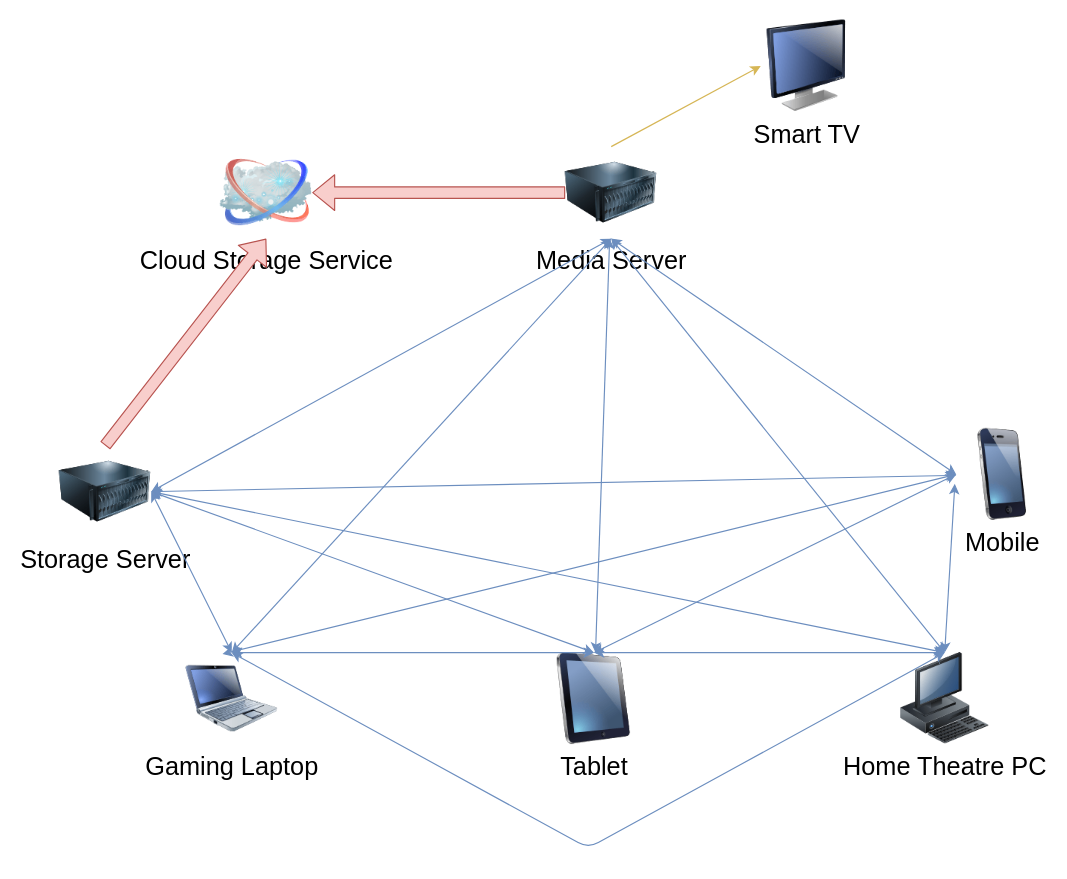
Before: Logical Layout.drawio in syedrali/architecture, a draw.io diagram. Source tidied: cells renumbered, new cells numbered last; positions are measured from the earlier drawing's top-left corner, leaving out a move shared by most shapes. Both pictures are drawn from the tidied source at 115%, with x=0, y=0 at pixel (59, 20).
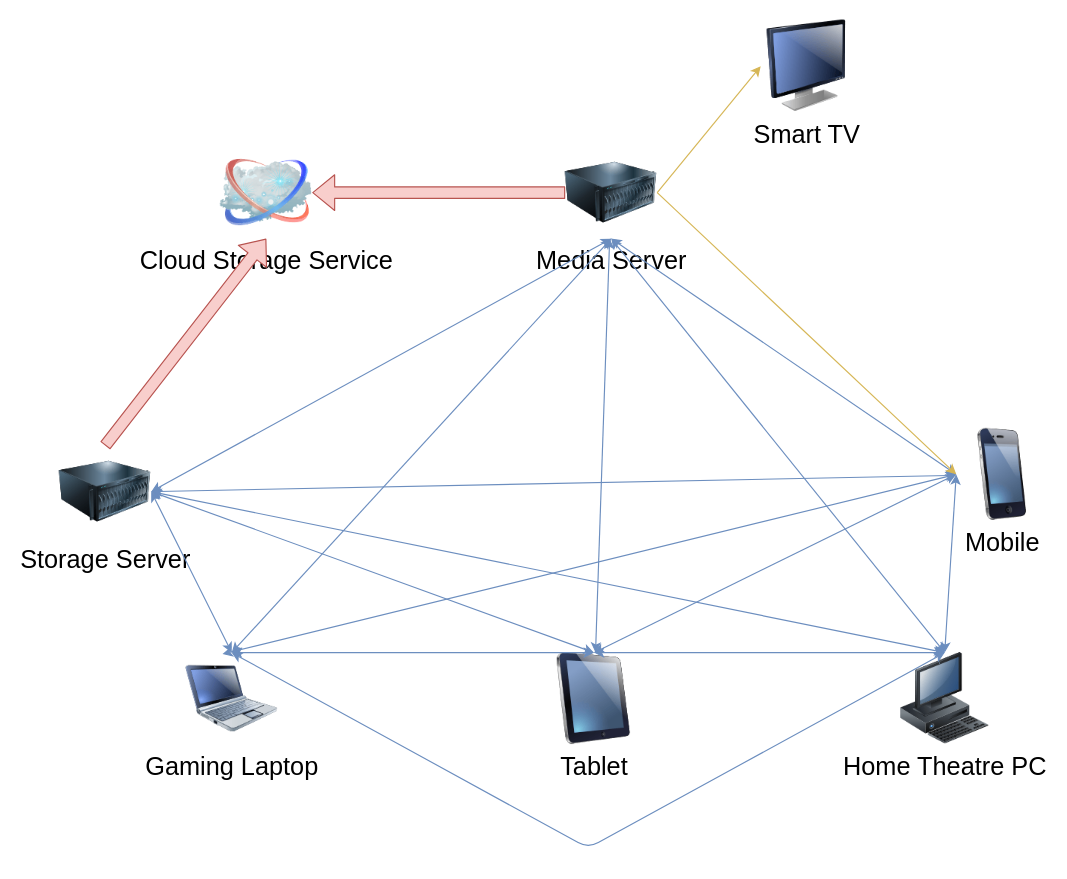
After the change.

Commit message (it also covers changes not shown here):
Updated logical layout diagram to be clearer.

The change refers to these unchanged cells:
```xml
<mxCell id="4" value="Home Theatre PC" style="image;html=1;labelBackgroundColor=#ffffff;image=img/lib/clip_art/computers/Workstation_128x128.png;rounded=1;shadow=0;comic=0;strokeColor=#000000;strokeWidth=2;fillColor=#FFFFFF;fontSize=22;fontColor=#000000;" parent="1" vertex="1">
  <mxGeometry x="730" y="550" width="80" height="80" as="geometry" />
</mxCell>
<mxCell id="5" value="Mobile" style="image;html=1;labelBackgroundColor=#ffffff;image=img/lib/clip_art/telecommunication/iPhone_128x128.png;rounded=1;shadow=0;comic=0;strokeColor=#000000;strokeWidth=2;fillColor=#FFFFFF;fontSize=22;fontColor=#000000;" parent="1" vertex="1">
  <mxGeometry x="780" y="355" width="80" height="80" as="geometry" />
</mxCell>
<mxCell id="8" value="Media Server" style="image;html=1;labelBackgroundColor=#ffffff;image=img/lib/clip_art/computers/Server_128x128.png;fontSize=22;" parent="1" vertex="1">
  <mxGeometry x="440" y="110" width="80" height="80" as="geometry" />
</mxCell>
<mxCell id="10" value="Smart TV" style="image;html=1;labelBackgroundColor=#ffffff;image=img/lib/clip_art/computers/Monitor_128x128.png;fontSize=22;" parent="1" vertex="1">
  <mxGeometry x="610" width="80" height="80" as="geometry" />
</mxCell>
```

What changed in the source:
```diff
@@
-    <mxCell id="13" style="endArrow=classic;html=1;exitX=0.5;exitY=0;exitDx=0;exitDy=0;entryX=0;entryY=0.5;entryDx=0;entryDy=0;fillColor=#fff2cc;strokeColor=#d6b656;" parent="1" edge="1" source="8" target="10">
+    <mxCell id="13" style="endArrow=classic;html=1;exitX=1;exitY=0.5;exitDx=0;exitDy=0;entryX=0;entryY=0.5;entryDx=0;entryDy=0;fillColor=#fff2cc;strokeColor=#d6b656;" parent="1" edge="1" source="8" target="10">
       <mxGeometry relative="1" as="geometry" />
     </mxCell>
@@
-    <mxCell id="28" style="endArrow=classic;startArrow=classic;html=1;exitX=0.5;exitY=0;exitDx=0;exitDy=0;entryX=-0.015;entryY=0.603;entryDx=0;entryDy=0;entryPerimeter=0;fillColor=#dae8fc;strokeColor=#6c8ebf;" parent="1" edge="1" source="4" target="5">
+    <mxCell id="28" style="endArrow=classic;startArrow=classic;html=1;exitX=0.5;exitY=0;exitDx=0;exitDy=0;entryX=0;entryY=0.5;entryDx=0;entryDy=0;fillColor=#dae8fc;strokeColor=#6c8ebf;" parent="1" edge="1" source="4" target="5">
       <mxGeometry relative="1" as="geometry" />
     </mxCell>
+    <mxCell id="29" style="endArrow=classic;html=1;exitX=1;exitY=0.5;exitDx=0;exitDy=0;fillColor=#fff2cc;strokeColor=#d6b656;entryX=0;entryY=0.5;entryDx=0;entryDy=0;" parent="1" edge="1" source="8" target="5">
+      <mxGeometry relative="1" as="geometry" />
+    </mxCell>
```
